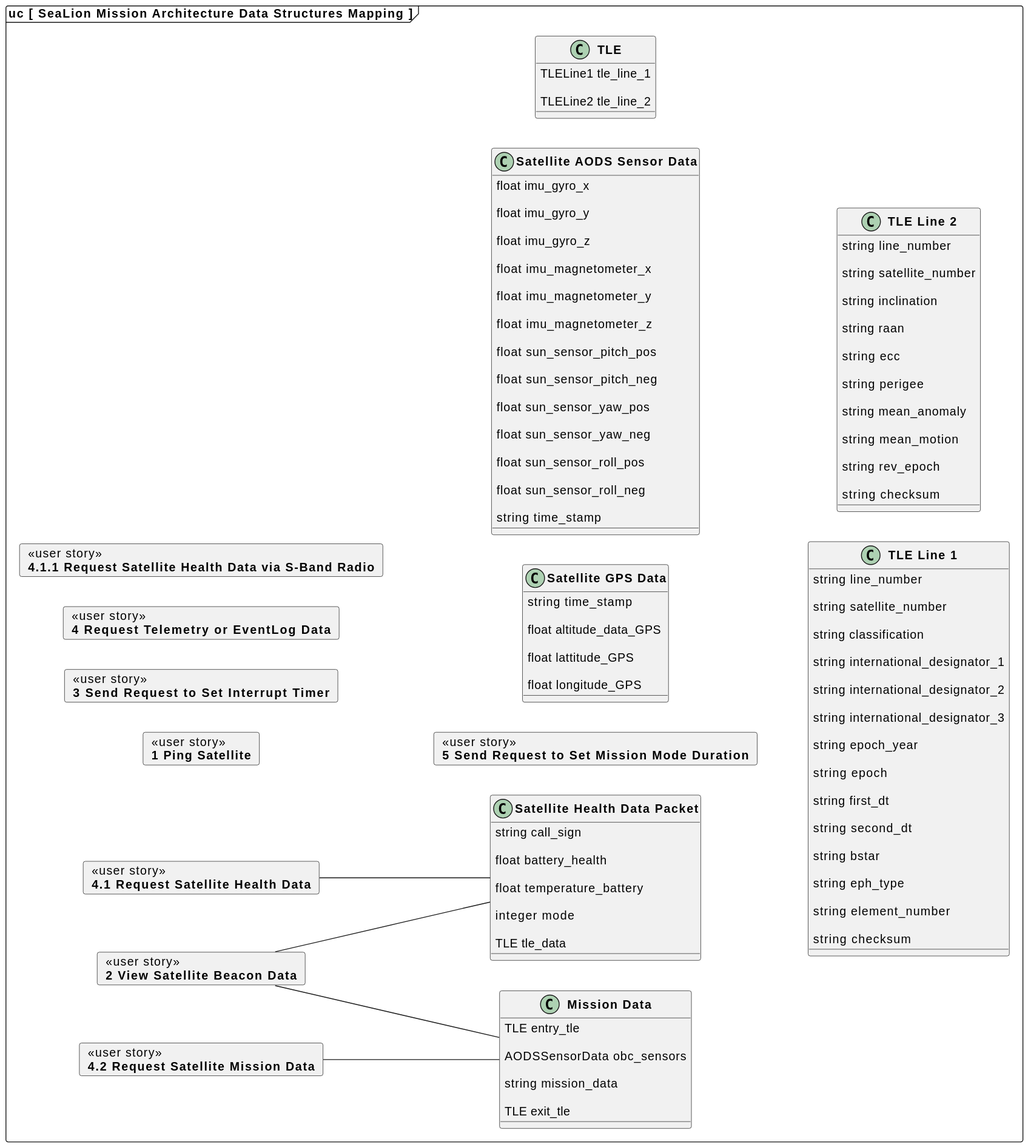
Earlier version of the PlantUML export data-structures-mapping.svg (ODU-CGA-CubeSat/sealion-mission-architecture). Its source is kept beside it as data-structures-mapping.puml. Its diagram source:
```plantuml
@startuml
left to right direction
skinparam linetype polyline


frame "uc [ SeaLion Mission Architecture Data Structures Mapping ]" {


        card us1 [
            <<user story>>
            <b>1 Ping Satellite</b>
        ]

        card us2 [
            <<user story>>
            <b>2 View Satellite Beacon Data</b>
        ]

        card us3 [
            <<user story>>
            <b>3 Send Request to Set Interrupt Timer</b>
        ]

        card us4 [
            <<user story>>
            <b>4 Request Telemetry or EventLog Data</b>
        ]

        card us4_1 [
            <<user story>>
            <b>4.1 Request Satellite Health Data</b>
        ]

        card us4_1_1 [
            <<user story>>
            <b>4.1.1 Request Satellite Health Data via S-Band Radio</b>
        ]

        card us4_2 [
            <<user story>>
            <b>4.2 Request Satellite Mission Data</b>
        ]

        card us5 [
            <<user story>>
            <b>5 Send Request to Set Mission Mode Duration</b>
        ]



        class "<b>Satellite Health Data Packet</b>" as dssatellite_health_data_packet {

                string call_sign

                float battery_health

                float temperature_battery

                integer mode

                TLE tle_data

        }




                    us2 -- dssatellite_health_data_packet



                    us4_1 -- dssatellite_health_data_packet




        class "<b>Satellite GPS Data</b>" as dssatellite_gps_data {

                string time_stamp

                float altitude_data_GPS

                float lattitude_GPS

                float longitude_GPS

        }



        class "<b>Satellite AODS Sensor Data</b>" as dssatellite_aods_sensor_data {

                float imu_gyro_x

                float imu_gyro_y

                float imu_gyro_z

                float imu_magnetometer_x

                float imu_magnetometer_y

                float imu_magnetometer_z

                float sun_sensor_pitch_pos

                float sun_sensor_pitch_neg

                float sun_sensor_yaw_pos

                float sun_sensor_yaw_neg

                float sun_sensor_roll_pos

                float sun_sensor_roll_neg

                string time_stamp

        }







        class "<b>TLE</b>" as dstle {

                TLELine1 tle_line_1

                TLELine2 tle_line_2

        }







        class "<b>TLE Line 1</b>" as dstle_line_1 {

                string line_number

                string satellite_number

                string classification

                string international_designator_1

                string international_designator_2

                string international_designator_3

                string epoch_year

                string epoch

                string first_dt

                string second_dt

                string bstar

                string eph_type

                string element_number

                string checksum

        }







        class "<b>TLE Line 2</b>" as dstle_line_2 {

                string line_number

                string satellite_number

                string inclination

                string raan

                string ecc

                string perigee

                string mean_anomaly

                string mean_motion

                string rev_epoch

                string checksum

        }







        class "<b>Mission Data</b>" as dsmission_data {

                TLE entry_tle

                AODSSensorData obc_sensors

                string mission_data

                TLE exit_tle

        }




                    us2 -- dsmission_data



                    us4_2 -- dsmission_data





}
@enduml
```
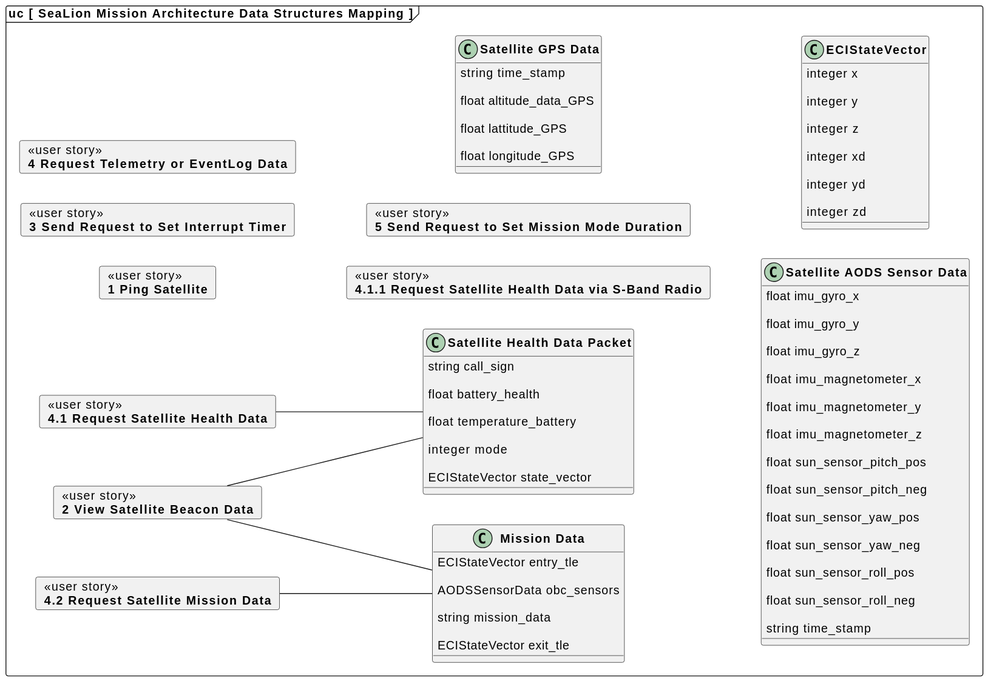
After the commit.

The edit, as a diff of the source:
```diff
@@ -58,7 +58,7 @@
 
                 integer mode
 
-                TLE tle_data
+                ECIStateVector state_vector
 
         }
 
@@ -124,97 +124,33 @@
 
 
 
-        class "<b>TLE</b>" as dstle {
+        class "<b>ECIStateVector</b>" as dsecistatevector {
 
-                TLELine1 tle_line_1
+                integer x
 
-                TLELine2 tle_line_2
+                integer y
+
+                integer z
+
+                integer xd
+
+                integer yd
+
+                integer zd
 
         }
 
 
 
-
-
-
-
-        class "<b>TLE Line 1</b>" as dstle_line_1 {
-
-                string line_number
-
-                string satellite_number
-
-                string classification
-
-                string international_designator_1
-
-                string international_designator_2
-
-                string international_designator_3
-
-                string epoch_year
-
-                string epoch
-
-                string first_dt
-
-                string second_dt
-
-                string bstar
-
-                string eph_type
-
-                string element_number
-
-                string checksum
-
-        }
-
-
-
-
-
-
-
-        class "<b>TLE Line 2</b>" as dstle_line_2 {
-
-                string line_number
-
-                string satellite_number
-
-                string inclination
-
-                string raan
-
-                string ecc
-
-                string perigee
-
-                string mean_anomaly
-
-                string mean_motion
-
-                string rev_epoch
-
-                string checksum
-
-        }
-
-
-
-
-
-
-
         class "<b>Mission Data</b>" as dsmission_data {
 
-                TLE entry_tle
+                ECIStateVector entry_tle
 
                 AODSSensorData obc_sensors
 
                 string mission_data
 
-                TLE exit_tle
+                ECIStateVector exit_tle
 
         }
 
```
